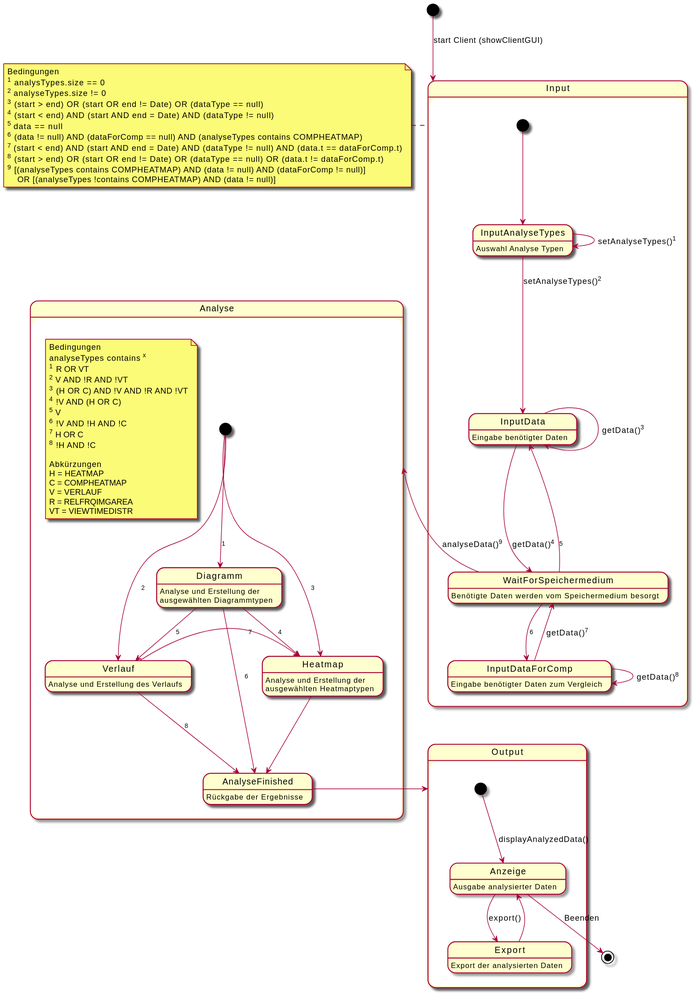
weichware-10/dokumente keeps this PlantUML diagram as uml-state/analyseclient/zustand-analyseclient.svg. Above is the earlier version. Its diagram source:
```plantuml
@startuml
note left of i
    Bedingungen
    <sup>1</sup> analysTypes.size == 0
    <sup>2</sup> analyseTypes.size != 0
    <sup>3</sup> (start > end) OR (start OR end != Date) OR (dataType == null)
    <sup>4</sup> (start < end) AND (start AND end = Date) AND (dataType != null)
    <sup>5</sup> data == null
    <sup>6</sup> (data != null) AND (dataForComp == null) AND (analyseTypes contains COMPHEATMAP)
    <sup>7</sup> (start < end) AND (start AND end = Date) AND (dataType != null) AND (data.t == dataForComp.t)
    <sup>8</sup> (start > end) OR (start OR end != Date) OR (dataType == null) OR (data.t != dataForComp.t)
    <sup>9</sup> [(analyseTypes contains COMPHEATMAP) AND (data != null) AND (dataForComp != null)]
        OR [(analyseTypes !contains COMPHEATMAP) AND (data != null)]
end note

state "Input" as i {
    state "InputAnalyseTypes" as iat: Auswahl Analyse Typen
    state "InputData" as id: Eingabe benötigter Daten
    state "WaitForSpeichermedium" as wfs: Benötigte Daten werden vom Speichermedium besorgt
    state "InputDataForComp" as idfc: Eingabe benötigter Daten zum Vergleich

    [*] -d-> iat
    iat -d-> id: setAnalyseTypes()<sup>2</sup>
    iat -r-> iat: setAnalyseTypes()<sup>1</sup>
    id -d-> wfs: getData()<sup>4</sup>
    id -> id: getData()<sup>3</sup>
    wfs -u-> id: <sup>5</sup>
    wfs -d-> idfc: <sup>6</sup>
    idfc -u-> wfs: getData()<sup>7</sup>
    idfc -> idfc: getData()<sup>8</sup>
    wfs -u-> a: analyseData()<sup>9</sup>
}

state "Analyse" as a {
    state "Diagramm" as d: Analyse und Erstellung der\nausgewählten Diagrammtypen
    state "Verlauf" as v: Analyse und Erstellung des Verlaufs
    state "Heatmap" as h: Analyse und Erstellung der\nausgewählten Heatmaptypen
    state "AnalyseFinished" as af: Rückgabe der Ergebnisse

    [*] -d-> d: <sup>1</sup>
    [*] -d-> v: <sup>2</sup>
    [*] -d-> h: <sup>3</sup>
    d -d-> v: <sup>5</sup>
    d -d-> h: <sup>4</sup>
    v -> h: <sup>7</sup>
    d -d-> af: <sup>6</sup>
    v -d-> af: <sup>8</sup>
    h -d-> af
    af -r-> o

    note "Bedingungen\nanalyseTypes contains <sup>x</sup>\n<sup>1</sup> R OR VT\n<sup>2</sup> V AND !R AND !VT\n<sup>3</sup> (H OR C) AND !V AND !R AND !VT\n<sup>4</sup> !V AND (H OR C)\n<sup>5</sup> V\n<sup>6</sup> !V AND !H AND !C\n<sup>7</sup> H OR C\n<sup>8</sup> !H AND !C\n\nAbkürzungen\nH = HEATMAP\nC = COMPHEATMAP\nV = VERLAUF\nR = RELFRQIMGAREA\nVT = VIEWTIMEDISTR" as note2
}

state "Output" as o {
    state "Anzeige" as an: Ausgabe analysierter Daten
    state "Export" as e: Export der analysierten Daten

    [*] -d-> an: displayAnalyzedData()
    an -> e: export()
    e -u-> an
}

[*] -d-> i: start Client (showClientGUI)
an -d-> [*]: Beenden
@enduml
```
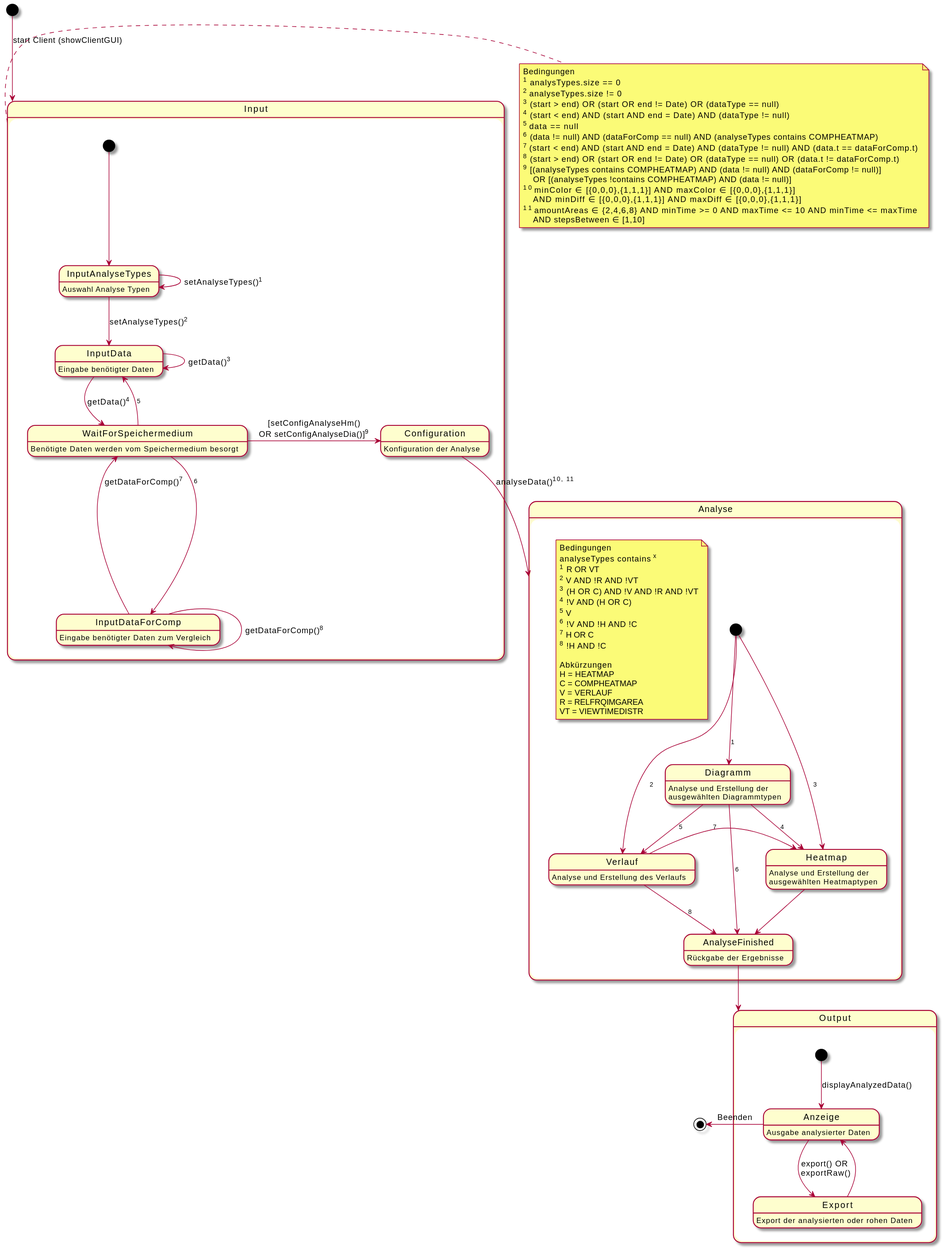
Later version of the same file.

Commit message:
[chore] rendered SVGs

Diff of the diagram source:
```diff
@@ -1,5 +1,5 @@
 @startuml
-note left of i
+note right of i
     Bedingungen
     <sup>1</sup> analysTypes.size == 0
     <sup>2</sup> analyseTypes.size != 0
@@ -11,6 +11,10 @@
     <sup>8</sup> (start > end) OR (start OR end != Date) OR (dataType == null) OR (data.t != dataForComp.t)
     <sup>9</sup> [(analyseTypes contains COMPHEATMAP) AND (data != null) AND (dataForComp != null)]
         OR [(analyseTypes !contains COMPHEATMAP) AND (data != null)]
+    <sup>10</sup> minColor ∈ [{0,0,0},{1,1,1}] AND maxColor ∈ [{0,0,0},{1,1,1}]
+        AND minDiff ∈ [{0,0,0},{1,1,1}] AND maxDiff ∈ [{0,0,0},{1,1,1}]
+    <sup>11</sup> amountAreas ∈ {2,4,6,8} AND minTime >= 0 AND maxTime <= 10 AND minTime <= maxTime
+        AND stepsBetween ∈ [1,10]
 end note
 
 state "Input" as i {
@@ -18,6 +22,7 @@
     state "InputData" as id: Eingabe benötigter Daten
     state "WaitForSpeichermedium" as wfs: Benötigte Daten werden vom Speichermedium besorgt
     state "InputDataForComp" as idfc: Eingabe benötigter Daten zum Vergleich
+    state "Configuration" as conf: Konfiguration der Analyse
 
     [*] -d-> iat
     iat -d-> id: setAnalyseTypes()<sup>2</sup>
@@ -26,9 +31,10 @@
     id -> id: getData()<sup>3</sup>
     wfs -u-> id: <sup>5</sup>
     wfs -d-> idfc: <sup>6</sup>
-    idfc -u-> wfs: getData()<sup>7</sup>
-    idfc -> idfc: getData()<sup>8</sup>
-    wfs -u-> a: analyseData()<sup>9</sup>
+    idfc -u-> wfs: getDataForComp()<sup>7</sup>
+    idfc -> idfc: getDataForComp()<sup>8</sup>
+    wfs -l-> conf: [setConfigAnalyseHm()\nOR setConfigAnalyseDia()]<sup>9</sup>
+    conf --> a: analyseData()<sup>10, 11</sup>
 }
 
 state "Analyse" as a {
@@ -46,20 +52,20 @@
     d -d-> af: <sup>6</sup>
     v -d-> af: <sup>8</sup>
     h -d-> af
-    af -r-> o
+    af --> o
 
     note "Bedingungen\nanalyseTypes contains <sup>x</sup>\n<sup>1</sup> R OR VT\n<sup>2</sup> V AND !R AND !VT\n<sup>3</sup> (H OR C) AND !V AND !R AND !VT\n<sup>4</sup> !V AND (H OR C)\n<sup>5</sup> V\n<sup>6</sup> !V AND !H AND !C\n<sup>7</sup> H OR C\n<sup>8</sup> !H AND !C\n\nAbkürzungen\nH = HEATMAP\nC = COMPHEATMAP\nV = VERLAUF\nR = RELFRQIMGAREA\nVT = VIEWTIMEDISTR" as note2
 }
 
 state "Output" as o {
     state "Anzeige" as an: Ausgabe analysierter Daten
-    state "Export" as e: Export der analysierten Daten
+    state "Export" as e: Export der analysierten oder rohen Daten
 
     [*] -d-> an: displayAnalyzedData()
-    an -> e: export()
+    an -> e: export() OR \nexportRaw()
     e -u-> an
 }
 
 [*] -d-> i: start Client (showClientGUI)
-an -d-> [*]: Beenden
+an -l-> [*]: Beenden
 @enduml
```
